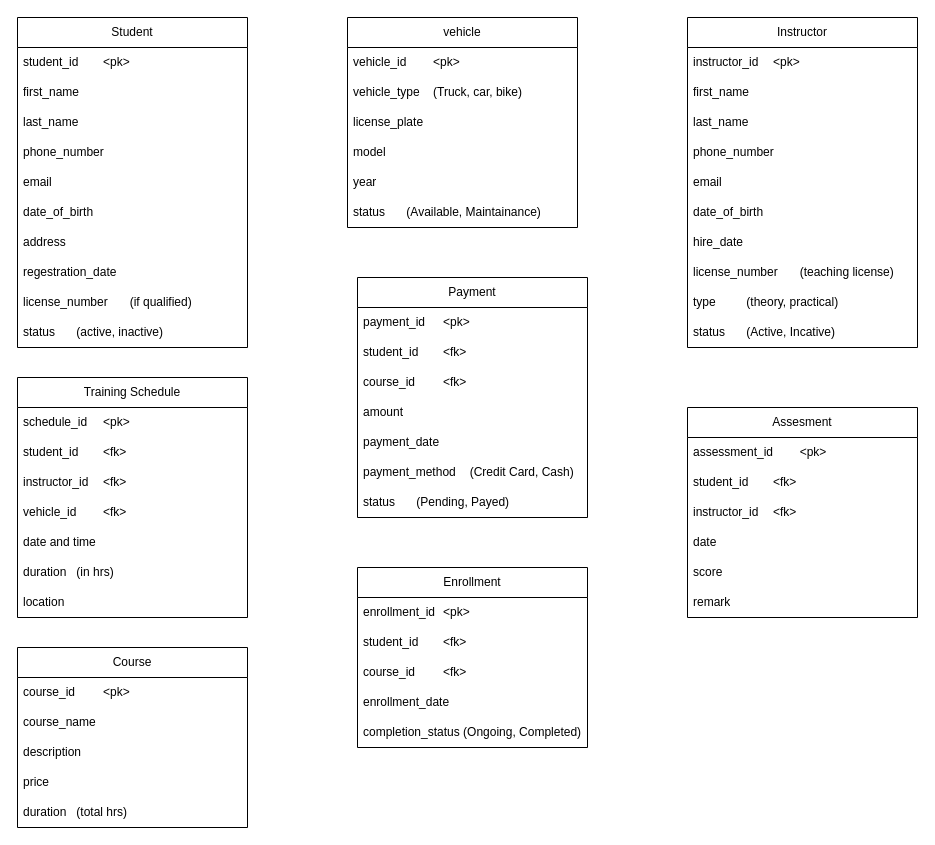
Earlier version of the draw.io diagram er_dia/drawio.drawio (junckerpoi/m2). Source tidied: cells renumbered, new cells numbered last; positions are measured from the earlier drawing's top-left corner, leaving out a move shared by most shapes. Both pictures are drawn from the tidied source at 100%, with x=0, y=0 at pixel (17, 17).
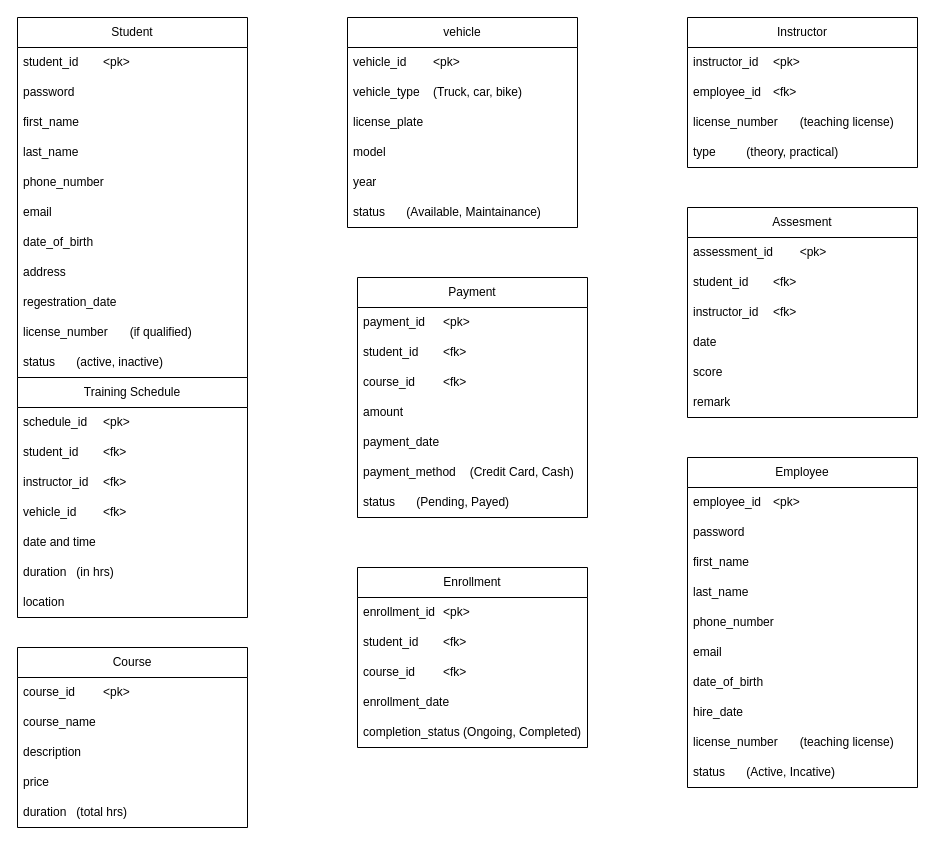
The same diagram, later.

Commit message:
tables adjustment

Diff of the diagram source:
```diff
@@
     <mxCell id="2" value="Student" style="swimlane;fontStyle=0;horizontal=1;startSize=30;whiteSpace=wrap;html=1;" parent="1" vertex="1">
-      <mxGeometry width="230" height="330" as="geometry" />
+      <mxGeometry width="230" height="360" as="geometry" />
     </mxCell>
@@
+    <mxCell id="66" value="password" style="text;strokeColor=none;fillColor=none;align=left;verticalAlign=middle;spacingLeft=4;spacingRight=4;overflow=hidden;whiteSpace=wrap;html=1;" parent="2" vertex="1">
+      <mxGeometry y="60" width="230" height="30" as="geometry" />
+    </mxCell>
     <mxCell id="4" value="first_name" style="text;strokeColor=none;fillColor=none;align=left;verticalAlign=middle;spacingLeft=4;spacingRight=4;overflow=hidden;whiteSpace=wrap;html=1;" parent="2" vertex="1">
-      <mxGeometry y="60" width="230" height="30" as="geometry" />
+      <mxGeometry y="90" width="230" height="30" as="geometry" />
     </mxCell>
     <mxCell id="5" value="last_name" style="text;strokeColor=none;fillColor=none;align=left;verticalAlign=middle;spacingLeft=4;spacingRight=4;overflow=hidden;whiteSpace=wrap;html=1;" parent="2" vertex="1">
-      <mxGeometry y="90" width="230" height="30" as="geometry" />
+      <mxGeometry y="120" width="230" height="30" as="geometry" />
     </mxCell>
     <mxCell id="6" value="phone_number" style="text;strokeColor=none;fillColor=none;align=left;verticalAlign=middle;spacingLeft=4;spacingRight=4;overflow=hidden;whiteSpace=wrap;html=1;" parent="2" vertex="1">
-      <mxGeometry y="120" width="230" height="30" as="geometry" />
+      <mxGeometry y="150" width="230" height="30" as="geometry" />
     </mxCell>
     <mxCell id="7" value="email" style="text;strokeColor=none;fillColor=none;align=left;verticalAlign=middle;spacingLeft=4;spacingRight=4;overflow=hidden;whiteSpace=wrap;html=1;" parent="2" vertex="1">
-      <mxGeometry y="150" width="230" height="30" as="geometry" />
+      <mxGeometry y="180" width="230" height="30" as="geometry" />
     </mxCell>
     <mxCell id="8" value="date_of_birth" style="text;strokeColor=none;fillColor=none;align=left;verticalAlign=middle;spacingLeft=4;spacingRight=4;overflow=hidden;whiteSpace=wrap;html=1;" parent="2" vertex="1">
-      <mxGeometry y="180" width="230" height="30" as="geometry" />
+      <mxGeometry y="210" width="230" height="30" as="geometry" />
     </mxCell>
     <mxCell id="9" value="address" style="text;strokeColor=none;fillColor=none;align=left;verticalAlign=middle;spacingLeft=4;spacingRight=4;overflow=hidden;whiteSpace=wrap;html=1;" parent="2" vertex="1">
-      <mxGeometry y="210" width="230" height="30" as="geometry" />
+      <mxGeometry y="240" width="230" height="30" as="geometry" />
     </mxCell>
     <mxCell id="10" value="regestration_date" style="text;strokeColor=none;fillColor=none;align=left;verticalAlign=middle;spacingLeft=4;spacingRight=4;overflow=hidden;whiteSpace=wrap;html=1;" parent="2" vertex="1">
-      <mxGeometry y="240" width="230" height="30" as="geometry" />
+      <mxGeometry y="270" width="230" height="30" as="geometry" />
     </mxCell>
     <mxCell id="11" value="license_number&lt;span style=&quot;white-space: pre;&quot;&gt;&#9;&lt;/span&gt;(if qualified)" style="text;strokeColor=none;fillColor=none;align=left;verticalAlign=middle;spacingLeft=4;spacingRight=4;overflow=hidden;whiteSpace=wrap;html=1;" parent="2" vertex="1">
-      <mxGeometry y="270" width="230" height="30" as="geometry" />
+      <mxGeometry y="300" width="230" height="30" as="geometry" />
     </mxCell>
     <mxCell id="12" value="status&lt;span style=&quot;white-space: pre;&quot;&gt;&#9;&lt;/span&gt;(active, inactive)" style="text;strokeColor=none;fillColor=none;align=left;verticalAlign=middle;spacingLeft=4;spacingRight=4;overflow=hidden;whiteSpace=wrap;html=1;" parent="2" vertex="1">
-      <mxGeometry y="300" width="230" height="30" as="geometry" />
+      <mxGeometry y="330" width="230" height="30" as="geometry" />
     </mxCell>
@@
     <mxCell id="20" value="Instructor" style="swimlane;fontStyle=0;horizontal=1;startSize=30;whiteSpace=wrap;html=1;" parent="1" vertex="1">
-      <mxGeometry x="670" width="230" height="330" as="geometry" />
+      <mxGeometry x="670" width="230" height="150" as="geometry" />
     </mxCell>
@@
-    <mxCell id="22" value="first_name" style="text;strokeColor=none;fillColor=none;align=left;verticalAlign=middle;spacingLeft=4;spacingRight=4;overflow=hidden;whiteSpace=wrap;html=1;" parent="20" vertex="1">
-      <mxGeometry y="60" width="230" height="30" as="geometry" />
-    </mxCell>
-    <mxCell id="23" value="last_name" style="text;strokeColor=none;fillColor=none;align=left;verticalAlign=middle;spacingLeft=4;spacingRight=4;overflow=hidden;whiteSpace=wrap;html=1;" parent="20" vertex="1">
-      <mxGeometry y="90" width="230" height="30" as="geometry" />
-    </mxCell>
-    <mxCell id="24" value="phone_number" style="text;strokeColor=none;fillColor=none;align=left;verticalAlign=middle;spacingLeft=4;spacingRight=4;overflow=hidden;whiteSpace=wrap;html=1;" parent="20" vertex="1">
-      <mxGeometry y="120" width="230" height="30" as="geometry" />
-    </mxCell>
-    <mxCell id="25" value="email" style="text;strokeColor=none;fillColor=none;align=left;verticalAlign=middle;spacingLeft=4;spacingRight=4;overflow=hidden;whiteSpace=wrap;html=1;" parent="20" vertex="1">
-      <mxGeometry y="150" width="230" height="30" as="geometry" />
-    </mxCell>
-    <mxCell id="26" value="date_of_birth" style="text;strokeColor=none;fillColor=none;align=left;verticalAlign=middle;spacingLeft=4;spacingRight=4;overflow=hidden;whiteSpace=wrap;html=1;" parent="20" vertex="1">
-      <mxGeometry y="180" width="230" height="30" as="geometry" />
-    </mxCell>
-    <mxCell id="27" value="hire_date" style="text;strokeColor=none;fillColor=none;align=left;verticalAlign=middle;spacingLeft=4;spacingRight=4;overflow=hidden;whiteSpace=wrap;html=1;" parent="20" vertex="1">
-      <mxGeometry y="210" width="230" height="30" as="geometry" />
-    </mxCell>
+    <mxCell id="67" value="employee_id&lt;span style=&quot;white-space: pre;&quot;&gt;&#9;&lt;/span&gt;&amp;lt;fk&amp;gt;" style="text;strokeColor=none;fillColor=none;align=left;verticalAlign=middle;spacingLeft=4;spacingRight=4;overflow=hidden;whiteSpace=wrap;html=1;" parent="20" vertex="1">
+      <mxGeometry y="60" width="230" height="30" as="geometry" />
+    </mxCell>
     <mxCell id="28" value="license_number&lt;span style=&quot;white-space: pre;&quot;&gt;&#9;&lt;/span&gt;(teaching license)" style="text;strokeColor=none;fillColor=none;align=left;verticalAlign=middle;spacingLeft=4;spacingRight=4;overflow=hidden;whiteSpace=wrap;html=1;" parent="20" vertex="1">
-      <mxGeometry y="240" width="230" height="30" as="geometry" />
+      <mxGeometry y="90" width="230" height="30" as="geometry" />
     </mxCell>
     <mxCell id="29" value="type&lt;span style=&quot;white-space: pre;&quot;&gt;&#9;&lt;/span&gt;&lt;span style=&quot;white-space: pre;&quot;&gt;&#9;&lt;/span&gt;(theory, practical)" style="text;strokeColor=none;fillColor=none;align=left;verticalAlign=middle;spacingLeft=4;spacingRight=4;overflow=hidden;whiteSpace=wrap;html=1;" parent="20" vertex="1">
-      <mxGeometry y="270" width="230" height="30" as="geometry" />
+      <mxGeometry y="120" width="230" height="30" as="geometry" />
     </mxCell>
-    <mxCell id="30" value="status&lt;span style=&quot;white-space: pre;&quot;&gt;&#9;&lt;/span&gt;(Active, Incative)" style="text;strokeColor=none;fillColor=none;align=left;verticalAlign=middle;spacingLeft=4;spacingRight=4;overflow=hidden;whiteSpace=wrap;html=1;" parent="20" vertex="1">
-      <mxGeometry y="300" width="230" height="30" as="geometry" />
-    </mxCell>
@@
     <mxCell id="59" value="Assesment" style="swimlane;fontStyle=0;horizontal=1;startSize=30;whiteSpace=wrap;html=1;" parent="1" vertex="1">
-      <mxGeometry x="670" y="390" width="230" height="210" as="geometry" />
+      <mxGeometry x="670" y="190" width="230" height="210" as="geometry" />
     </mxCell>
@@
+    <mxCell id="68" value="Employee" style="swimlane;fontStyle=0;horizontal=1;startSize=30;whiteSpace=wrap;html=1;" parent="1" vertex="1">
+      <mxGeometry x="670" y="440" width="230" height="330" as="geometry" />
+    </mxCell>
+    <mxCell id="69" value="employee_id&lt;span style=&quot;white-space: pre;&quot;&gt;&#9;&lt;/span&gt;&amp;lt;pk&amp;gt;" style="text;strokeColor=none;fillColor=none;align=left;verticalAlign=middle;spacingLeft=4;spacingRight=4;overflow=hidden;whiteSpace=wrap;html=1;" parent="68" vertex="1">
+      <mxGeometry y="30" width="230" height="30" as="geometry" />
+    </mxCell>
+    <mxCell id="70" value="password" style="text;strokeColor=none;fillColor=none;align=left;verticalAlign=middle;spacingLeft=4;spacingRight=4;overflow=hidden;whiteSpace=wrap;html=1;" parent="68" vertex="1">
+      <mxGeometry y="60" width="230" height="30" as="geometry" />
+    </mxCell>
+    <mxCell id="22" value="first_name" style="text;strokeColor=none;fillColor=none;align=left;verticalAlign=middle;spacingLeft=4;spacingRight=4;overflow=hidden;whiteSpace=wrap;html=1;" parent="68" vertex="1">
+      <mxGeometry y="90" width="230" height="30" as="geometry" />
+    </mxCell>
+    <mxCell id="23" value="last_name" style="text;strokeColor=none;fillColor=none;align=left;verticalAlign=middle;spacingLeft=4;spacingRight=4;overflow=hidden;whiteSpace=wrap;html=1;" parent="68" vertex="1">
+      <mxGeometry y="120" width="230" height="30" as="geometry" />
+    </mxCell>
+    <mxCell id="24" value="phone_number" style="text;strokeColor=none;fillColor=none;align=left;verticalAlign=middle;spacingLeft=4;spacingRight=4;overflow=hidden;whiteSpace=wrap;html=1;" parent="68" vertex="1">
+      <mxGeometry y="150" width="230" height="30" as="geometry" />
+    </mxCell>
+    <mxCell id="25" value="email" style="text;strokeColor=none;fillColor=none;align=left;verticalAlign=middle;spacingLeft=4;spacingRight=4;overflow=hidden;whiteSpace=wrap;html=1;" parent="68" vertex="1">
+      <mxGeometry y="180" width="230" height="30" as="geometry" />
+    </mxCell>
+    <mxCell id="26" value="date_of_birth" style="text;strokeColor=none;fillColor=none;align=left;verticalAlign=middle;spacingLeft=4;spacingRight=4;overflow=hidden;whiteSpace=wrap;html=1;" parent="68" vertex="1">
+      <mxGeometry y="210" width="230" height="30" as="geometry" />
+    </mxCell>
+    <mxCell id="27" value="hire_date" style="text;strokeColor=none;fillColor=none;align=left;verticalAlign=middle;spacingLeft=4;spacingRight=4;overflow=hidden;whiteSpace=wrap;html=1;" parent="68" vertex="1">
+      <mxGeometry y="240" width="230" height="30" as="geometry" />
+    </mxCell>
+    <mxCell id="71" value="license_number&lt;span style=&quot;white-space: pre;&quot;&gt;&#9;&lt;/span&gt;(teaching license)" style="text;strokeColor=none;fillColor=none;align=left;verticalAlign=middle;spacingLeft=4;spacingRight=4;overflow=hidden;whiteSpace=wrap;html=1;" parent="68" vertex="1">
+      <mxGeometry y="270" width="230" height="30" as="geometry" />
+    </mxCell>
+    <mxCell id="30" value="status&lt;span style=&quot;white-space: pre;&quot;&gt;&#9;&lt;/span&gt;(Active, Incative)" style="text;strokeColor=none;fillColor=none;align=left;verticalAlign=middle;spacingLeft=4;spacingRight=4;overflow=hidden;whiteSpace=wrap;html=1;" parent="68" vertex="1">
+      <mxGeometry y="300" width="230" height="30" as="geometry" />
+    </mxCell>
```
